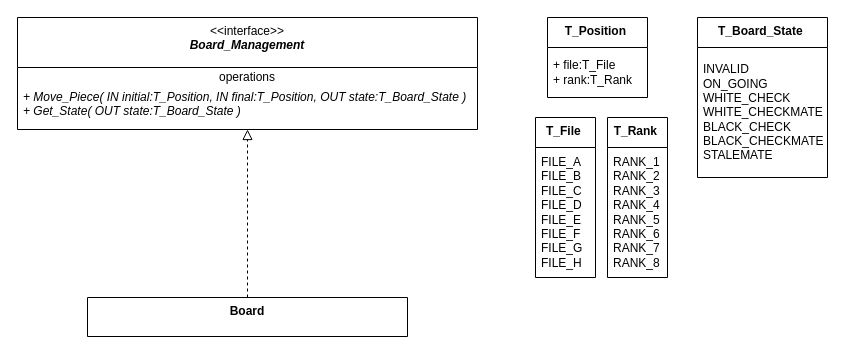
Above: page "User interface" (1 of 6) of doc/Embedded_Chess.drawio in SanteyneEmbeddedSystems/Embedded_Chess (draw.io), before the change. Source tidied: cells renumbered, new cells numbered last; positions are measured from the earlier drawing's top-left corner, leaving out a move shared by most shapes. Both pictures are drawn from the tidied source at 100%, with x=0, y=0 at pixel (17, 17).
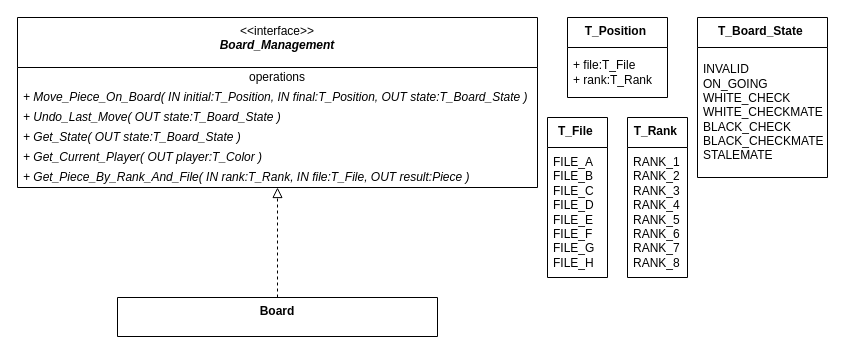
The same page after the edit.

Commit message (it also covers changes not shown here):
Update user interface doc.

The edit, as a diff of the source:
```diff
@@
 <mxGraphModel>
   <root>
     <mxCell id="0" />
     <mxCell id="1" parent="0" />
     <mxCell id="2" value="&amp;lt;&amp;lt;interface&amp;gt;&amp;gt;&lt;br&gt;&lt;b&gt;&lt;i&gt;Board_Management&lt;/i&gt;&lt;/b&gt;" style="swimlane;fontStyle=0;align=center;verticalAlign=top;horizontal=1;startSize=50;html=1;whiteSpace=wrap;" parent="1" vertex="1">
-      <mxGeometry width="460" height="112" as="geometry" />
+      <mxGeometry width="520" height="170" as="geometry" />
     </mxCell>
     <mxCell id="3" value="operations" style="text;html=1;strokeColor=none;fillColor=none;align=center;verticalAlign=middle;spacingLeft=4;spacingRight=4;overflow=hidden;whiteSpace=wrap;" parent="2" vertex="1">
-      <mxGeometry y="50" width="460" height="20" as="geometry" />
+      <mxGeometry y="50" width="520" height="20" as="geometry" />
     </mxCell>
-    <mxCell id="4" value="&lt;i&gt;+ Move_Piece( IN initial:T_Position, IN final:T_Position, OUT state:T_Board_State )&lt;br&gt;+ Get_State( OUT state:T_Board_State )&lt;br&gt;&lt;br&gt;&lt;/i&gt;" style="text;html=1;strokeColor=none;fillColor=none;align=left;verticalAlign=middle;spacingLeft=4;spacingRight=4;overflow=hidden;whiteSpace=wrap;" parent="2" vertex="1">
-      <mxGeometry y="70" width="460" height="42" as="geometry" />
+    <mxCell id="4" value="&lt;i&gt;+ Move_Piece_On_Board( IN initial:T_Position, IN final:T_Position, OUT state:T_Board_State )&lt;br&gt;&lt;br&gt;&lt;br&gt;&lt;/i&gt;" style="text;html=1;strokeColor=none;fillColor=none;align=left;verticalAlign=middle;spacingLeft=4;spacingRight=4;overflow=hidden;whiteSpace=wrap;" parent="2" vertex="1">
+      <mxGeometry y="70" width="520" height="20" as="geometry" />
     </mxCell>
+    <mxCell id="15" value="&lt;i style=&quot;border-color: var(--border-color);&quot;&gt;+ Undo_Last_Move( OUT state:T_Board_State )&lt;/i&gt;" style="text;html=1;strokeColor=none;fillColor=none;align=left;verticalAlign=middle;spacingLeft=4;spacingRight=4;overflow=hidden;whiteSpace=wrap;" parent="2" vertex="1">
+      <mxGeometry y="90" width="520" height="20" as="geometry" />
+    </mxCell>
+    <mxCell id="16" value="&lt;i style=&quot;border-color: var(--border-color);&quot;&gt;+ Get_State( OUT state:T_Board_State )&lt;/i&gt;" style="text;html=1;strokeColor=none;fillColor=none;align=left;verticalAlign=middle;spacingLeft=4;spacingRight=4;overflow=hidden;whiteSpace=wrap;" parent="2" vertex="1">
+      <mxGeometry y="110" width="520" height="20" as="geometry" />
+    </mxCell>
+    <mxCell id="17" value="&lt;i style=&quot;border-color: var(--border-color);&quot;&gt;+ Get_Current_Player( OUT player:T_Color )&lt;/i&gt;" style="text;html=1;strokeColor=none;fillColor=none;align=left;verticalAlign=middle;spacingLeft=4;spacingRight=4;overflow=hidden;whiteSpace=wrap;" parent="2" vertex="1">
+      <mxGeometry y="130" width="520" height="20" as="geometry" />
+    </mxCell>
+    <mxCell id="18" value="&lt;i style=&quot;border-color: var(--border-color);&quot;&gt;+ Get_Piece_By_Rank_And_File( IN rank:T_Rank, IN file:T_File, OUT result:Piece )&lt;/i&gt;" style="text;html=1;strokeColor=none;fillColor=none;align=left;verticalAlign=middle;spacingLeft=4;spacingRight=4;overflow=hidden;whiteSpace=wrap;" parent="2" vertex="1">
+      <mxGeometry y="150" width="520" height="20" as="geometry" />
+    </mxCell>
     <mxCell id="5" value="&lt;b&gt;T_Board_State&amp;nbsp;&lt;/b&gt;" style="swimlane;fontStyle=0;align=center;verticalAlign=top;horizontal=1;startSize=30;html=1;whiteSpace=wrap;" parent="1" vertex="1">
       <mxGeometry x="680" width="130" height="160" as="geometry" />
     </mxCell>
     <mxCell id="6" value="&lt;div&gt;INVALID&lt;/div&gt;&lt;div&gt;ON_GOING&lt;/div&gt;&lt;div&gt;WHITE_CHECK&lt;/div&gt;&lt;div&gt;WHITE_CHECKMATE&lt;/div&gt;&lt;div&gt;BLACK_CHECK&lt;/div&gt;&lt;div&gt;BLACK_CHECKMATE&lt;/div&gt;&lt;div&gt;STALEMATE&lt;/div&gt;" style="text;html=1;strokeColor=none;fillColor=none;align=left;verticalAlign=middle;spacingLeft=4;spacingRight=4;overflow=hidden;whiteSpace=wrap;" parent="5" vertex="1">
       <mxGeometry y="30" width="130" height="130" as="geometry" />
     </mxCell>
     <mxCell id="7" value="&lt;b&gt;T_Position&amp;nbsp;&lt;/b&gt;" style="swimlane;fontStyle=0;align=center;verticalAlign=top;horizontal=1;startSize=30;html=1;whiteSpace=wrap;" parent="1" vertex="1">
-      <mxGeometry x="530" width="100" height="80" as="geometry" />
+      <mxGeometry x="550" width="100" height="80" as="geometry" />
     </mxCell>
     <mxCell id="8" value="+ file:T_File&lt;br&gt;+ rank:T_Rank" style="text;html=1;strokeColor=none;fillColor=none;align=left;verticalAlign=middle;spacingLeft=4;spacingRight=4;overflow=hidden;whiteSpace=wrap;" parent="7" vertex="1">
       <mxGeometry y="30" width="100" height="50" as="geometry" />
     </mxCell>
     <mxCell id="9" value="&lt;b&gt;T_File&amp;nbsp;&lt;/b&gt;" style="swimlane;fontStyle=0;align=center;verticalAlign=top;horizontal=1;startSize=30;html=1;whiteSpace=wrap;" parent="1" vertex="1">
-      <mxGeometry x="518" y="100" width="60" height="160" as="geometry" />
+      <mxGeometry x="530" y="100" width="60" height="160" as="geometry" />
     </mxCell>
     <mxCell id="10" value="&lt;div&gt;FILE_A&lt;/div&gt;&lt;div&gt;FILE_B&lt;/div&gt;&lt;div&gt;FILE_C&lt;/div&gt;&lt;div&gt;FILE_D&lt;/div&gt;&lt;div&gt;FILE_E&lt;/div&gt;&lt;div&gt;FILE_F&lt;/div&gt;&lt;div&gt;FILE_G&lt;/div&gt;&lt;div&gt;FILE_H&lt;/div&gt;" style="text;html=1;strokeColor=none;fillColor=none;align=left;verticalAlign=middle;spacingLeft=4;spacingRight=4;overflow=hidden;whiteSpace=wrap;" parent="9" vertex="1">
       <mxGeometry y="30" width="60" height="130" as="geometry" />
     </mxCell>
     <mxCell id="11" value="&lt;b&gt;T_Rank&amp;nbsp;&lt;/b&gt;" style="swimlane;fontStyle=0;align=center;verticalAlign=top;horizontal=1;startSize=30;html=1;whiteSpace=wrap;" parent="1" vertex="1">
-      <mxGeometry x="590" y="100" width="60" height="160" as="geometry" />
+      <mxGeometry x="610" y="100" width="60" height="160" as="geometry" />
     </mxCell>
     <mxCell id="12" value="&lt;div&gt;RANK_1&lt;/div&gt;&lt;div&gt;RANK_2&lt;/div&gt;&lt;div&gt;RANK_3&lt;/div&gt;&lt;div&gt;RANK_4&lt;/div&gt;&lt;div&gt;RANK_5&lt;/div&gt;&lt;div&gt;&lt;span style=&quot;background-color: initial;&quot;&gt;RANK_6&lt;/span&gt;&lt;/div&gt;&lt;div&gt;RANK_7&lt;/div&gt;&lt;div&gt;RANK_8&lt;/div&gt;" style="text;html=1;strokeColor=none;fillColor=none;align=left;verticalAlign=middle;spacingLeft=4;spacingRight=4;overflow=hidden;whiteSpace=wrap;" parent="11" vertex="1">
       <mxGeometry y="30" width="60" height="130" as="geometry" />
     </mxCell>
     <mxCell id="13" value="&lt;b&gt;Board&lt;/b&gt;" style="swimlane;fontStyle=0;align=center;verticalAlign=top;horizontal=1;startSize=51;html=1;whiteSpace=wrap;" parent="1" vertex="1">
-      <mxGeometry x="70" y="280" width="320" height="39" as="geometry" />
+      <mxGeometry x="100" y="280" width="320" height="39" as="geometry" />
     </mxCell>
     <mxCell id="14" style="endArrow=block;startArrow=none;endFill=0;startFill=0;endSize=8;html=1;verticalAlign=bottom;dashed=1;labelBackgroundColor=none;rounded=0;exitX=0.5;exitY=0;exitDx=0;exitDy=0;" parent="1" edge="1" source="13" target="2">
       <mxGeometry relative="1" as="geometry" />
     </mxCell>
   </root>
 </mxGraphModel>
```
